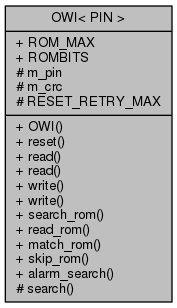
Above: Arduino-OWI/d4/dc0/classOWI__coll__graph.png in mikaelpatel/mikaelpatel.github.io (Graphviz), before the change. Its source is kept beside it as Arduino-OWI/d4/dc0/classOWI__coll__graph.dot. Its diagram source:
```dot
digraph "OWI&lt; PIN &gt;"
{
  edge [fontname="Helvetica",fontsize="10",labelfontname="Helvetica",labelfontsize="10"];
  node [fontname="Helvetica",fontsize="10",shape=record];
  Node1 [label="{OWI\< PIN \>\n|+ ROM_MAX\l+ ROMBITS\l# m_pin\l# m_crc\l# RESET_RETRY_MAX\l|+ OWI()\l+ reset()\l+ read()\l+ read()\l+ write()\l+ write()\l+ search_rom()\l+ read_rom()\l+ match_rom()\l+ skip_rom()\l+ alarm_search()\l# search()\l}",height=0.2,width=0.4,color="black", fillcolor="grey75", style="filled", fontcolor="black"];
}
```
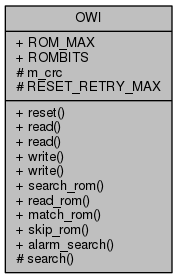
After the commit.

The edit, as a diff of the source:
```diff
@@ -1,6 +1,6 @@
-digraph "OWI&lt; PIN &gt;"
+digraph "OWI"
 {
   edge [fontname="Helvetica",fontsize="10",labelfontname="Helvetica",labelfontsize="10"];
   node [fontname="Helvetica",fontsize="10",shape=record];
-  Node1 [label="{OWI\< PIN \>\n|+ ROM_MAX\l+ ROMBITS\l# m_pin\l# m_crc\l# RESET_RETRY_MAX\l|+ OWI()\l+ reset()\l+ read()\l+ read()\l+ write()\l+ write()\l+ search_rom()\l+ read_rom()\l+ match_rom()\l+ skip_rom()\l+ alarm_search()\l# search()\l}",height=0.2,width=0.4,color="black", fillcolor="grey75", style="filled", fontcolor="black"];
+  Node1 [label="{OWI\n|+ ROM_MAX\l+ ROMBITS\l# m_crc\l# RESET_RETRY_MAX\l|+ reset()\l+ read()\l+ read()\l+ write()\l+ write()\l+ search_rom()\l+ read_rom()\l+ match_rom()\l+ skip_rom()\l+ alarm_search()\l# search()\l}",height=0.2,width=0.4,color="black", fillcolor="grey75", style="filled", fontcolor="black"];
 }
```
